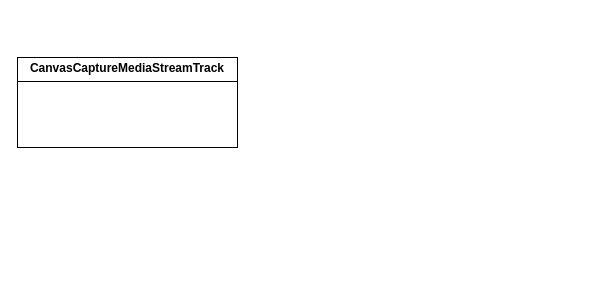
KondyubaBA/WebAPI keeps this draw.io diagram as WebRTC.drawio. Above is the earlier version. Source tidied: cells renumbered, new cells numbered last; positions are measured from the earlier drawing's top-left corner, leaving out a move shared by most shapes. Both pictures are drawn from the tidied source at 100%, with x=0, y=0 at pixel (17, 57).
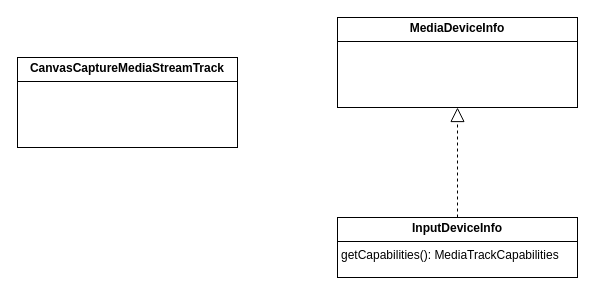
The same diagram, later.

The edit, as a diff of the source:
```diff
@@
 <mxGraphModel>
   <root>
     <mxCell id="0" />
     <mxCell id="1" parent="0" />
     <mxCell id="2" value="&lt;p style=&quot;margin:0px;margin-top:4px;text-align:center;&quot;&gt;&lt;b&gt;CanvasCaptureMediaStreamTrack&lt;/b&gt;&lt;/p&gt;&lt;hr size=&quot;1&quot; style=&quot;border-style:solid;&quot;&gt;&lt;p style=&quot;margin:0px;margin-left:4px;&quot;&gt;&lt;br&gt;&lt;/p&gt;" style="verticalAlign=top;align=left;overflow=fill;html=1;whiteSpace=wrap;" parent="1" vertex="1">
       <mxGeometry width="220" height="90" as="geometry" />
     </mxCell>
+    <mxCell id="3" value="&lt;p style=&quot;margin:0px;margin-top:4px;text-align:center;&quot;&gt;&lt;b&gt;InputDeviceInfo&lt;/b&gt;&lt;/p&gt;&lt;hr size=&quot;1&quot; style=&quot;border-style:solid;&quot;&gt;&lt;p style=&quot;margin:0px;margin-left:4px;&quot;&gt;getCapabilities():&amp;nbsp;MediaTrackCapabilities&lt;/p&gt;" style="verticalAlign=top;align=left;overflow=fill;html=1;whiteSpace=wrap;" parent="1" vertex="1">
+      <mxGeometry x="320" y="160" width="240" height="60" as="geometry" />
+    </mxCell>
+    <mxCell id="4" value="&lt;p style=&quot;margin:0px;margin-top:4px;text-align:center;&quot;&gt;&lt;b&gt;MediaDeviceInfo&lt;/b&gt;&lt;/p&gt;&lt;hr size=&quot;1&quot; style=&quot;border-style:solid;&quot;&gt;&lt;p style=&quot;margin:0px;margin-left:4px;&quot;&gt;&lt;br&gt;&lt;/p&gt;" style="verticalAlign=top;align=left;overflow=fill;html=1;whiteSpace=wrap;" parent="1" vertex="1">
+      <mxGeometry x="320" y="-40" width="240" height="90" as="geometry" />
+    </mxCell>
+    <mxCell id="5" style="endArrow=block;dashed=1;endFill=0;endSize=12;html=1;rounded=0;entryX=0.5;entryY=1;entryDx=0;entryDy=0;exitX=0.5;exitY=0;exitDx=0;exitDy=0;" parent="1" edge="1" source="3" target="4">
+      <mxGeometry relative="1" as="geometry" />
+    </mxCell>
   </root>
 </mxGraphModel>
```
